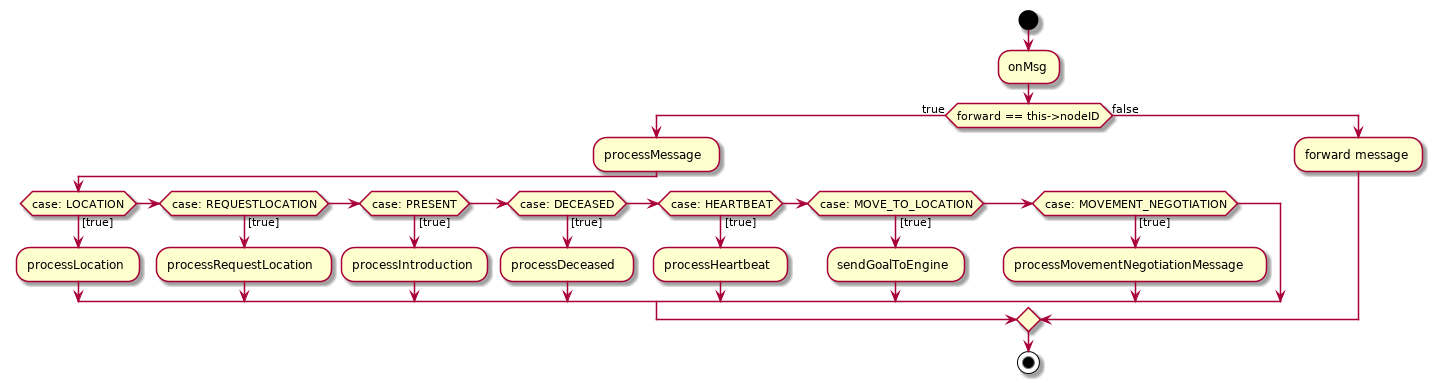
Before: Docs/DesignDocumenten/UML/out/Communication/activity/processMessage/processMessage.png, a diagram exported from PlantUML (mauriceberentsen/Automated-Drone-Distribution-Network).
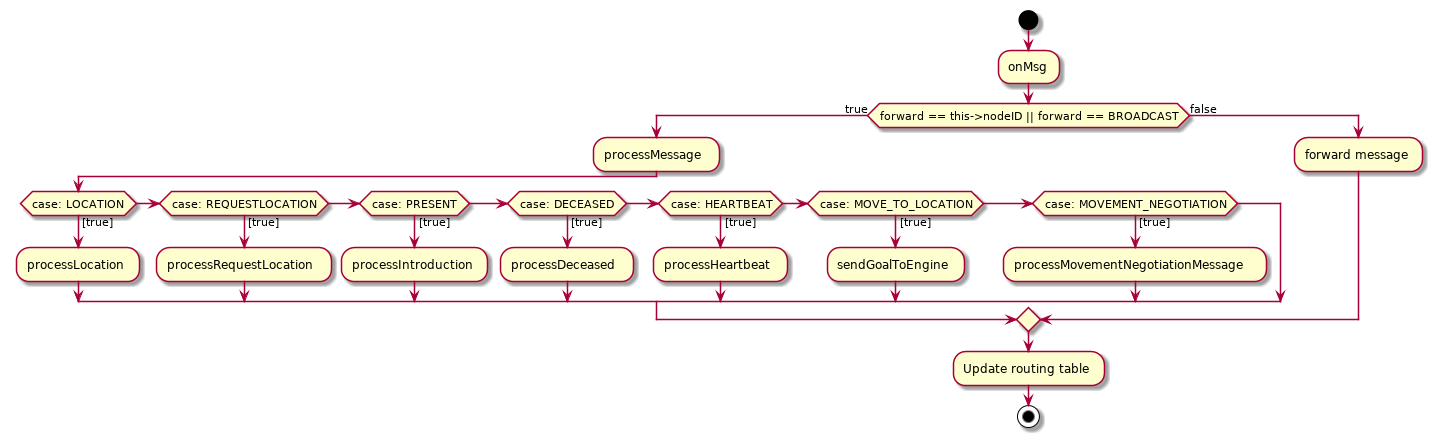
After the change.

Change to the diagram source:
```diff
@@ -2,7 +2,7 @@
 |MeshCommunicator|
 start
 :onMsg;
-if(forward == this->nodeID) then (true)
+if(forward == this->nodeID || forward == BROADCAST) then (true)
 :processMessage;
 if (case: LOCATION) then ([true])
 :processLocation;
@@ -22,5 +22,6 @@
 else (false)
 :forward message;
 endif
+:Update routing table;
 stop
 @enduml
```
